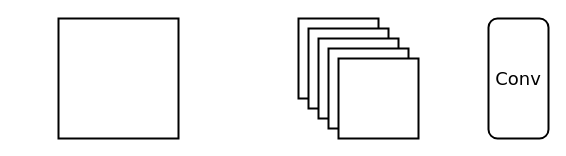
This is page "第 3 页" (3 of 4) of docs/public/evo.drawio from lancerstadium/evo, a draw.io file, before an edit. Source tidied: cells renumbered, new cells numbered last; positions are measured from the earlier drawing's top-left corner, leaving out a move shared by most shapes. Both pictures are drawn from the tidied source at 100%, with x=0, y=0 at pixel (58, 18).
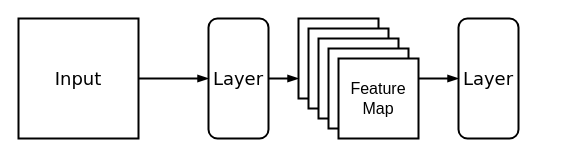
After the change.

The edit, as a diff of the source:
```diff
@@
 <mxGraphModel>
   <root>
     <mxCell id="0" />
     <mxCell id="1" parent="0" />
     <mxCell id="2" style="whiteSpace=wrap;html=1;fontSize=16;strokeWidth=2;" parent="1" vertex="1">
       <mxGeometry x="240" width="80" height="80" as="geometry" />
     </mxCell>
     <mxCell id="3" style="whiteSpace=wrap;html=1;fontSize=16;strokeWidth=2;" parent="1" vertex="1">
       <mxGeometry x="250" y="10" width="80" height="80" as="geometry" />
     </mxCell>
     <mxCell id="4" style="whiteSpace=wrap;html=1;fontSize=16;strokeWidth=2;" parent="1" vertex="1">
       <mxGeometry x="260" y="20" width="80" height="80" as="geometry" />
     </mxCell>
     <mxCell id="5" style="whiteSpace=wrap;html=1;fontSize=16;strokeWidth=2;" parent="1" vertex="1">
       <mxGeometry x="270" y="30" width="80" height="80" as="geometry" />
     </mxCell>
+    <mxCell id="9" style="edgeStyle=none;html=1;exitX=1;exitY=0.5;exitDx=0;exitDy=0;fontFamily=Verdana;fontSize=18;strokeWidth=2;endArrow=blockThin;endFill=1;" parent="1" edge="1" source="6" target="8">
+      <mxGeometry relative="1" as="geometry" />
+    </mxCell>
-    <mxCell id="6" style="whiteSpace=wrap;html=1;fontSize=16;strokeWidth=2;" parent="1" vertex="1">
-      <mxGeometry width="120" height="120" as="geometry" />
+    <mxCell id="6" value="&lt;font style=&quot;font-size: 18px;&quot; face=&quot;Verdana&quot;&gt;Input&lt;/font&gt;" style="whiteSpace=wrap;html=1;fontSize=16;strokeWidth=2;" parent="1" vertex="1">
+      <mxGeometry x="-40" width="120" height="120" as="geometry" />
     </mxCell>
+    <mxCell id="10" style="edgeStyle=none;html=1;exitX=1;exitY=0.25;exitDx=0;exitDy=0;strokeWidth=2;fontFamily=Verdana;fontSize=18;endArrow=blockThin;endFill=1;entryX=0.5;entryY=1;entryDx=0;entryDy=0;" parent="1" edge="1" source="7" target="12">
+      <mxGeometry relative="1" as="geometry" />
+    </mxCell>
-    <mxCell id="7" style="whiteSpace=wrap;html=1;fontSize=16;strokeWidth=2;" parent="1" vertex="1">
+    <mxCell id="7" value="Feature&lt;br&gt;Map" style="whiteSpace=wrap;html=1;fontSize=16;strokeWidth=2;" parent="1" vertex="1">
       <mxGeometry x="280" y="40" width="80" height="80" as="geometry" />
     </mxCell>
+    <mxCell id="11" style="edgeStyle=none;html=1;exitX=0.5;exitY=0;exitDx=0;exitDy=0;entryX=0;entryY=0.75;entryDx=0;entryDy=0;strokeWidth=2;fontFamily=Verdana;fontSize=18;endArrow=blockThin;endFill=1;" parent="1" edge="1" source="8" target="2">
+      <mxGeometry relative="1" as="geometry" />
+    </mxCell>
-    <mxCell id="8" value="&lt;font style=&quot;font-size: 18px;&quot; face=&quot;Verdana&quot;&gt;Conv&lt;br&gt;&lt;/font&gt;" style="rounded=1;whiteSpace=wrap;html=1;fontSize=16;fillColor=none;strokeWidth=2;direction=south;" parent="1" vertex="1">
-      <mxGeometry x="430" width="60" height="120" as="geometry" />
+    <mxCell id="8" value="&lt;font style=&quot;font-size: 18px;&quot; face=&quot;Verdana&quot;&gt;Layer&lt;br&gt;&lt;/font&gt;" style="rounded=1;whiteSpace=wrap;html=1;fontSize=16;fillColor=none;strokeWidth=2;direction=south;" parent="1" vertex="1">
+      <mxGeometry x="150" width="60" height="120" as="geometry" />
     </mxCell>
+    <mxCell id="12" value="&lt;font style=&quot;font-size: 18px;&quot; face=&quot;Verdana&quot;&gt;Layer&lt;br&gt;&lt;/font&gt;" style="rounded=1;whiteSpace=wrap;html=1;fontSize=16;fillColor=none;strokeWidth=2;direction=south;" parent="1" vertex="1">
+      <mxGeometry x="400" width="60" height="120" as="geometry" />
+    </mxCell>
   </root>
 </mxGraphModel>
```
